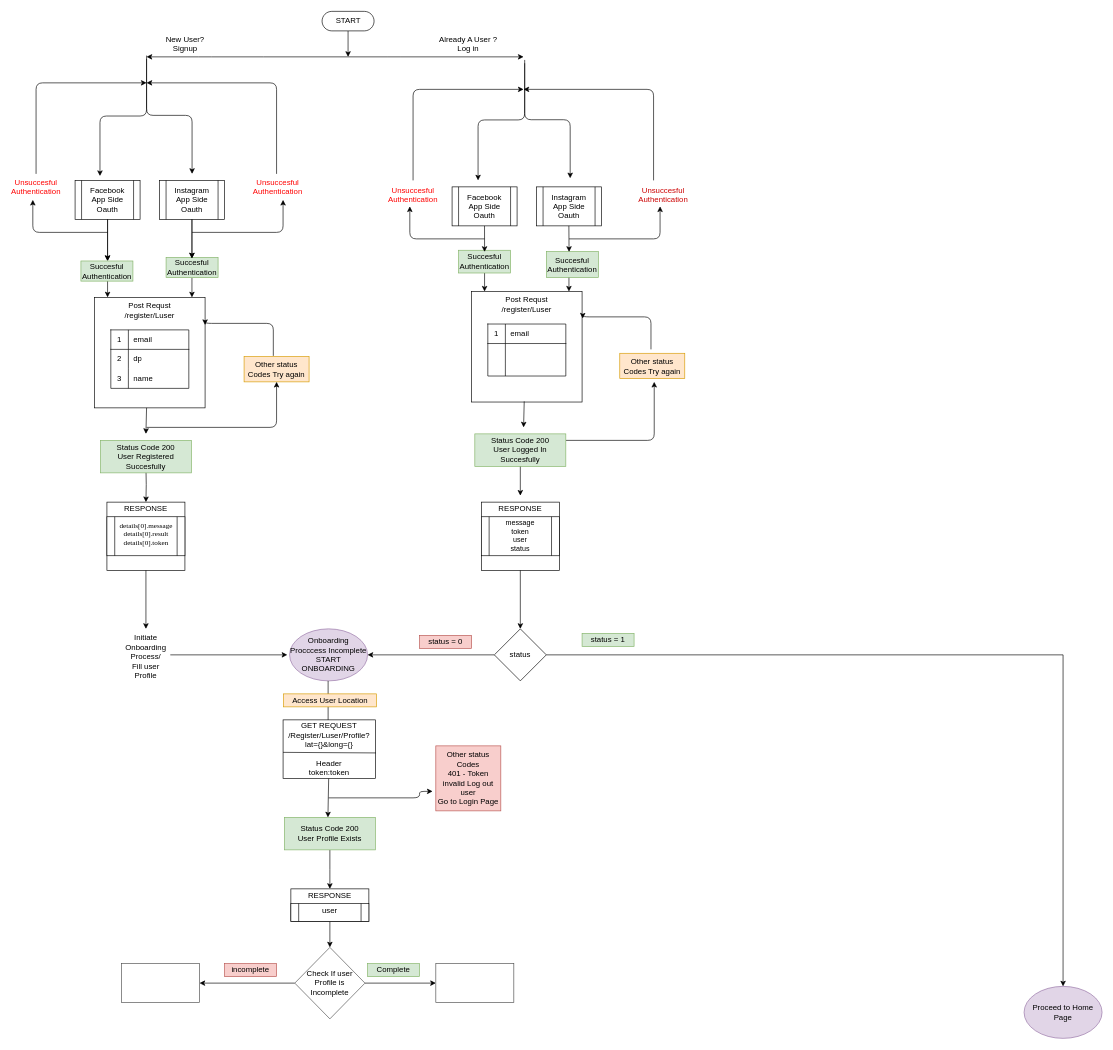
Before: page "Page-1" (1 of 2) of Untitled Diagram.drawio in suvinay-pawa-au6/tutorial-github, a draw.io diagram. Source tidied: cells renumbered, new cells numbered last; positions are measured from the earlier drawing's top-left corner, leaving out a move shared by most shapes. Both pictures are drawn from the tidied source at 65%, with x=0, y=0 at pixel (23, 11).
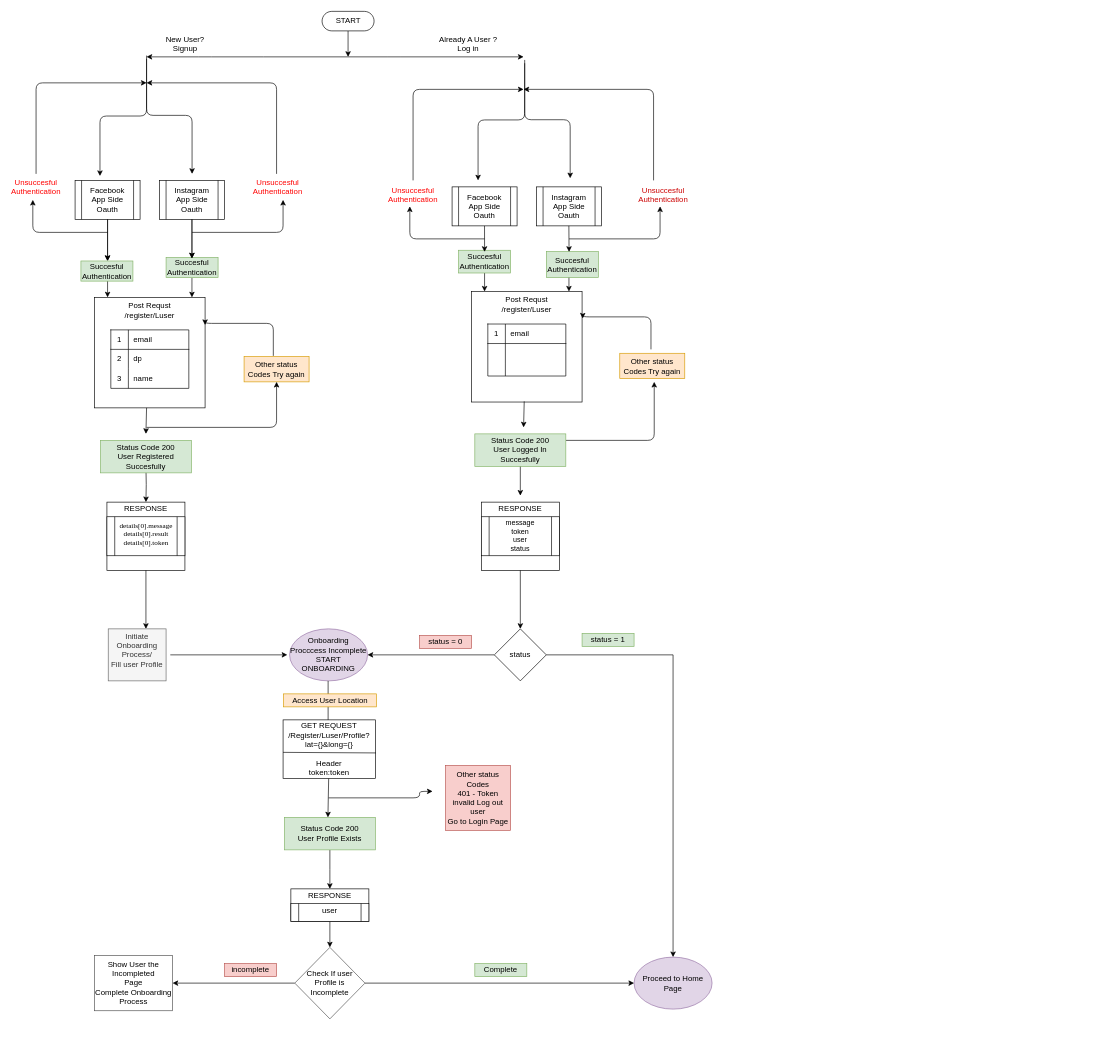
Above is the later version.

The change refers to these unchanged cells:
```xml
<mxCell id="108" value="Check If user Profile is Incomplete" style="rhombus;whiteSpace=wrap;html=1;strokeColor=#4D4D4D;" parent="1" vertex="1">
  <mxGeometry x="418" y="1440" width="108" height="110" as="geometry" />
</mxCell>
```

What changed in the source:
```diff
@@
-    <mxCell id="62" value="&lt;div&gt;Initiate Onboarding Process/&lt;/div&gt;&lt;div&gt;Fill user Profile&lt;/div&gt;&lt;div&gt;&lt;br&gt;&lt;/div&gt;" style="text;html=1;strokeColor=none;fillColor=none;align=center;verticalAlign=middle;whiteSpace=wrap;rounded=0;" parent="1" vertex="1">
-      <mxGeometry x="169" y="990" width="40" height="20" as="geometry" />
+    <mxCell id="62" value="&lt;div&gt;Initiate Onboarding Process/&lt;/div&gt;&lt;div&gt;Fill user Profile&lt;/div&gt;&lt;div&gt;&lt;br&gt;&lt;/div&gt;" style="text;html=1;strokeColor=#666666;fillColor=#f5f5f5;align=center;verticalAlign=middle;whiteSpace=wrap;rounded=0;fontColor=#333333;" parent="1" vertex="1">
+      <mxGeometry x="131" y="950" width="89" height="80" as="geometry" />
     </mxCell>
@@
     <mxCell id="71" value="Proceed to Home Page" style="ellipse;whiteSpace=wrap;html=1;fillColor=#e1d5e7;strokeColor=#9673a6;" parent="1" vertex="1">
-      <mxGeometry x="1540" y="1500" width="120" height="80" as="geometry" />
+      <mxGeometry x="940" y="1455" width="120" height="80" as="geometry" />
     </mxCell>
@@
     <mxCell id="97" value="&lt;div&gt;Other status Codes&lt;/div&gt;&lt;div&gt;401 - Token invalid Log out user &lt;br&gt;&lt;/div&gt;&lt;div&gt;Go to Login Page&lt;br&gt;&lt;/div&gt;" style="text;html=1;fillColor=#f8cecc;align=center;verticalAlign=middle;whiteSpace=wrap;rounded=0;strokeColor=#b85450;" parent="1" vertex="1">
-      <mxGeometry x="635" y="1130" width="100" height="100" as="geometry" />
+      <mxGeometry x="650" y="1160" width="100" height="100" as="geometry" />
     </mxCell>
@@
-    <mxCell id="107" style="edgeStyle=orthogonalEdgeStyle;rounded=0;jettySize=auto;html=1;" parent="1" edge="1" source="108" target="110">
+    <mxCell id="107" style="edgeStyle=orthogonalEdgeStyle;rounded=0;jettySize=auto;html=1;entryX=0;entryY=0.5;entryDx=0;entryDy=0;" parent="1" edge="1" source="108" target="71">
       <mxGeometry relative="1" as="geometry" />
     </mxCell>
@@
-    <mxCell id="109" style="whiteSpace=wrap;html=1;strokeColor=#4D4D4D;" parent="1" vertex="1">
-      <mxGeometry x="151.5" y="1465" width="120" height="60" as="geometry" />
+    <mxCell id="109" value="&lt;div&gt;Show User the Incompleted&lt;/div&gt;&lt;div&gt;Page&lt;/div&gt;&lt;div&gt;Complete Onboarding Process&lt;br&gt;&lt;/div&gt;" style="whiteSpace=wrap;html=1;strokeColor=#4D4D4D;" parent="1" vertex="1">
+      <mxGeometry x="110" y="1452.5" width="120" height="85" as="geometry" />
     </mxCell>
-    <mxCell id="110" style="whiteSpace=wrap;html=1;strokeColor=#4D4D4D;" parent="1" vertex="1">
-      <mxGeometry x="635" y="1465" width="120" height="60" as="geometry" />
-    </mxCell>
@@
     <mxCell id="112" value="Complete" style="text;html=1;strokeColor=#82b366;fillColor=#d5e8d4;align=center;verticalAlign=middle;whiteSpace=wrap;rounded=0;" parent="1" vertex="1">
-      <mxGeometry x="530" y="1465" width="80" height="20" as="geometry" />
+      <mxGeometry x="695" y="1465" width="80" height="20" as="geometry" />
     </mxCell>
```
